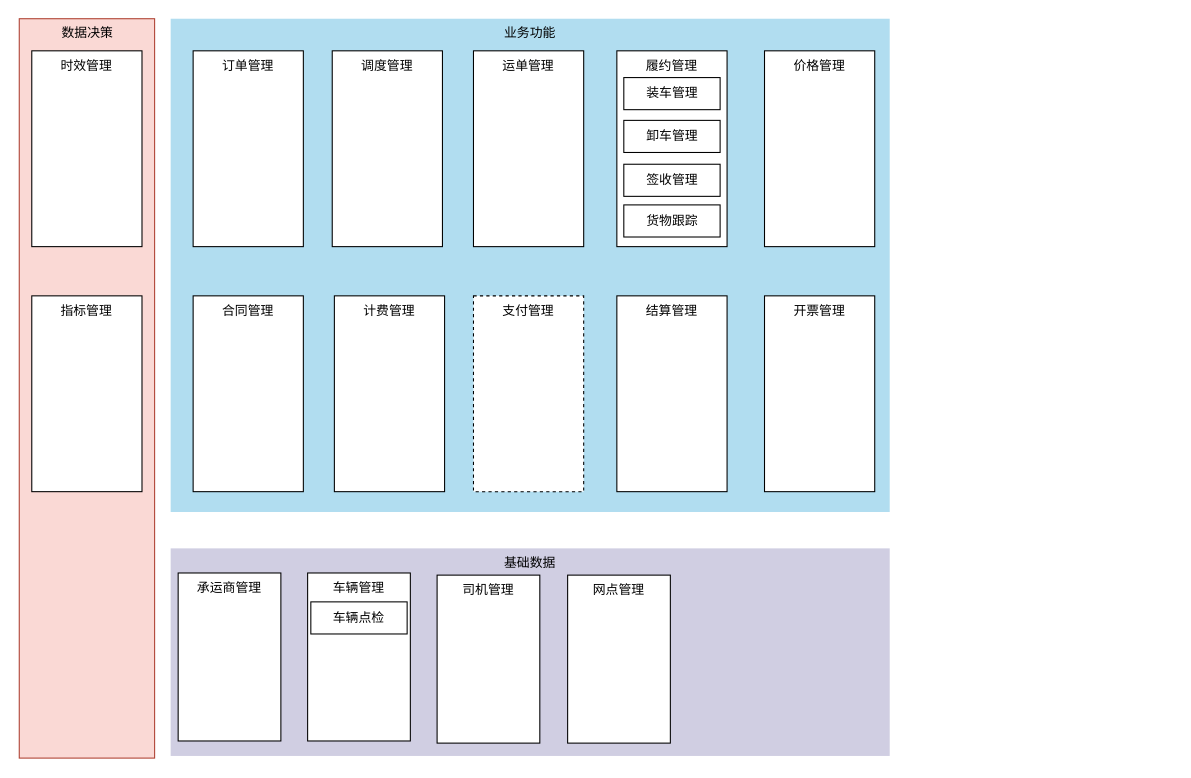
lokiworks/codebase keeps this draw.io diagram as page "物流模块图" (14 of 14) of docs/自营重构2.drawio. Above is the earlier version. Source tidied: cells renumbered, new cells numbered last; positions are measured from the earlier drawing's top-left corner, leaving out a move shared by most shapes. Both pictures are drawn from the tidied source at 107%, with x=0, y=0 at pixel (18, 18).
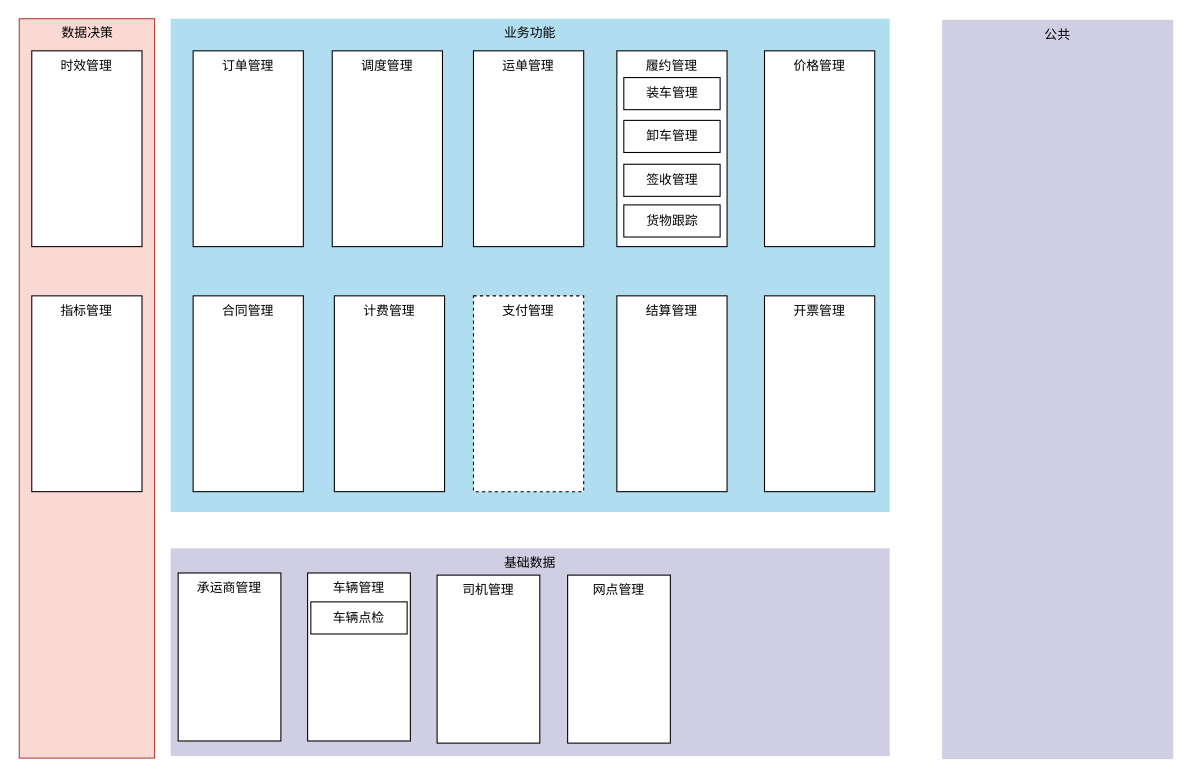
After the change.

The edit, as a diff of the source:
```diff
@@
+    <mxCell id="26" value="公共" style="rounded=0;whiteSpace=wrap;html=1;strokeColor=none;fillColor=#d0cee2;verticalAlign=top;" parent="1" vertex="1">
+      <mxGeometry x="863" y="1" width="216" height="691" as="geometry" />
+    </mxCell>
```
